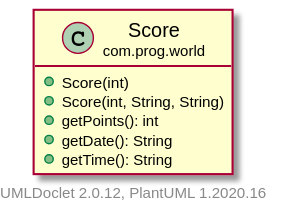
Above: core/build/docs/javadoc/uml/com/prog/world/Score.svg in Garma00/Evilian (PlantUML), before the change.
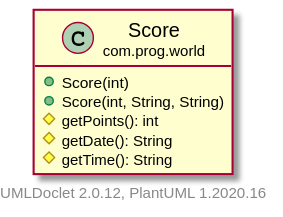
After the change.

Change to the diagram source:
```diff
@@ -6,9 +6,9 @@
     class "<size:14>Score\n<size:10>com.prog.world" as com.prog.world.Score [[..\..\..\..\com\prog\world\Score.html]] {
         +Score(int)
         +Score(int, String, String)
-        +getPoints(): int
-        +getDate(): String
-        +getTime(): String
+        #getPoints(): int
+        #getDate(): String
+        #getTime(): String
     }
 
     center footer UMLDoclet 2.0.12, PlantUML 1.2020.16
```
